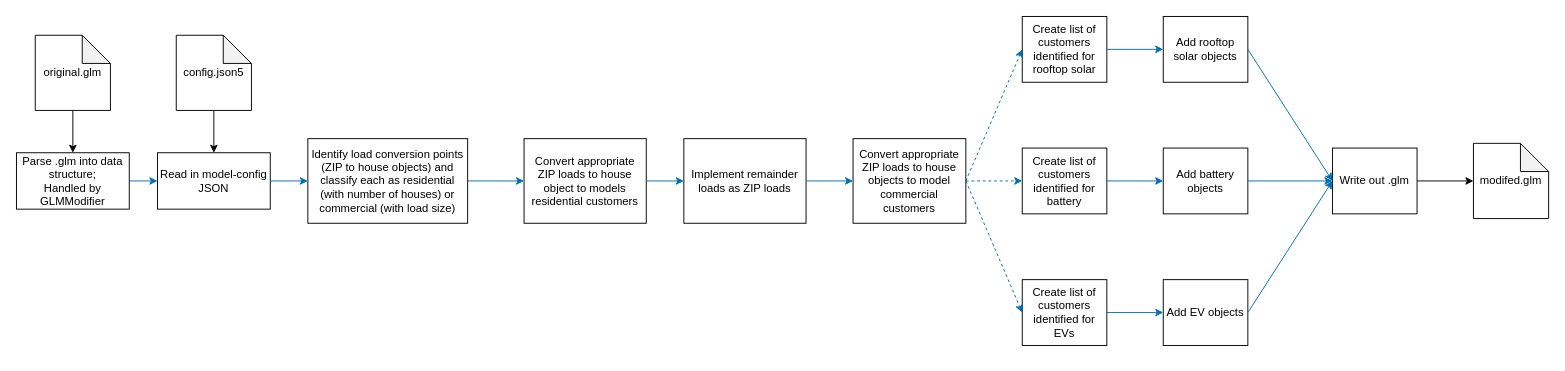
Above: doc/design/feeder_generator/feeder_population_flowchart.drawio in pnnl/tesp (draw.io), before the change. Source tidied: cells renumbered, new cells numbered last; positions are measured from the earlier drawing's top-left corner, leaving out a move shared by most shapes. Both pictures are drawn from the tidied source at 94%, with x=0, y=0 at pixel (16, 16).
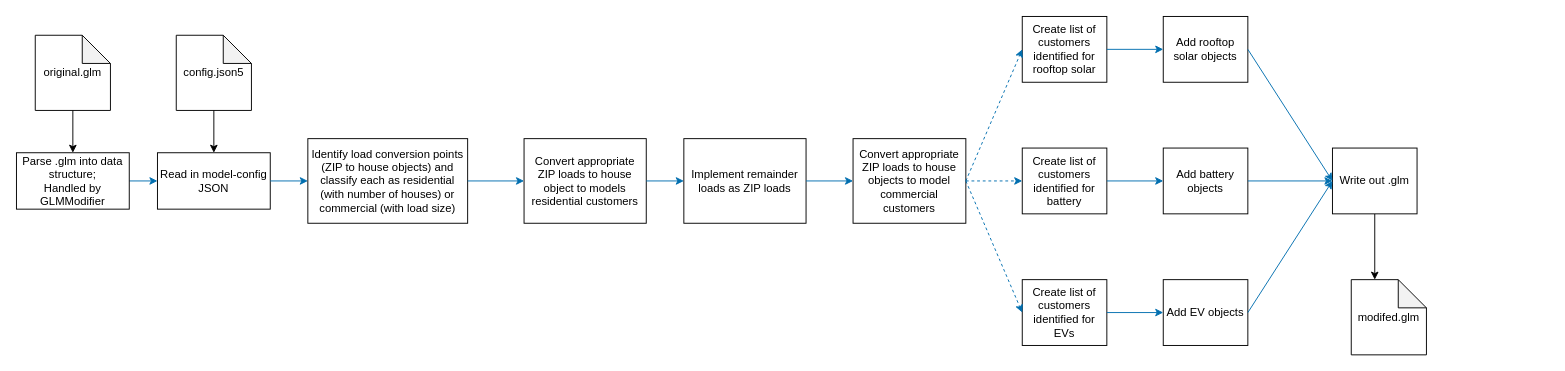
The same page after the edit.

Commit message (it also covers changes not shown here):
Add to-do list to gld_residential_feeder

Unchanged cells that the change refers to:
```xml
<mxCell id="22" value="Write out .glm" style="rounded=0;whiteSpace=wrap;html=1;" parent="1" vertex="1">
  <mxGeometry x="1400" y="140" width="90" height="70" as="geometry" />
</mxCell>
```

What changed in the source:
```diff
@@
-    <mxCell id="21" style="edgeStyle=none;html=1;exitX=1;exitY=0.5;exitDx=0;exitDy=0;entryX=0;entryY=0.5;entryDx=0;entryDy=0;entryPerimeter=0;" parent="1" edge="1" source="22" target="26">
+    <mxCell id="21" style="edgeStyle=none;html=1;exitX=0.5;exitY=1;exitDx=0;exitDy=0;entryX=0;entryY=0;entryDx=25;entryDy=0;entryPerimeter=0;" parent="1" edge="1" source="22" target="26">
       <mxGeometry relative="1" as="geometry" />
     </mxCell>
@@
     <mxCell id="26" value="modifed.glm" style="shape=note;whiteSpace=wrap;html=1;backgroundOutline=1;darkOpacity=0.05;" parent="1" vertex="1">
-      <mxGeometry x="1550" y="135" width="80" height="80" as="geometry" />
+      <mxGeometry x="1420" y="280" width="80" height="80" as="geometry" />
     </mxCell>
```
